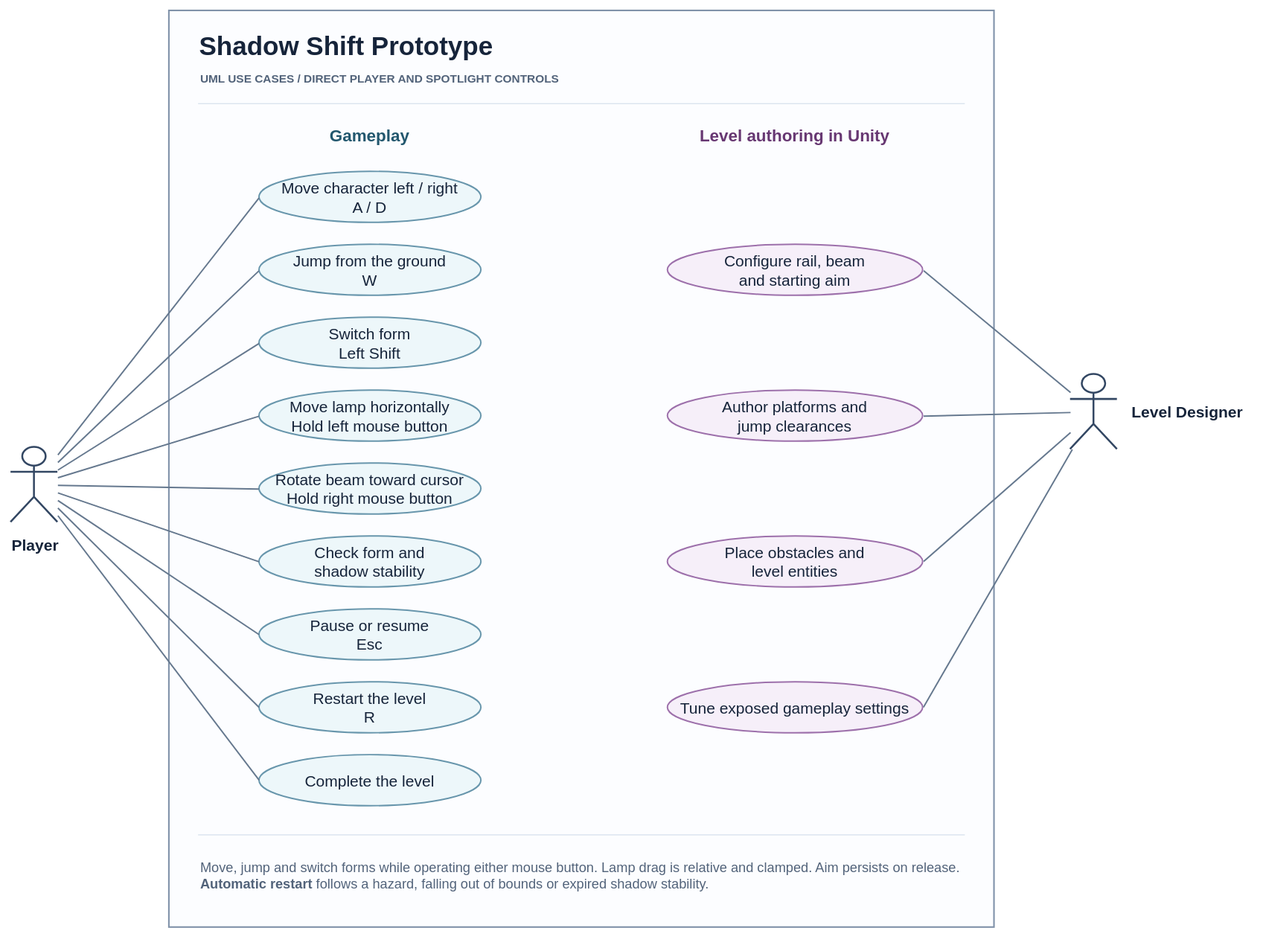
The draw.io diagram Docs/Architecture/UML/shadow-shift-use-cases.drawio.svg in YYchainsAw/shadow-shift, before a commit. Source tidied: cells renumbered, new cells last; positions are measured from the earlier drawing's top-left corner, leaving out a move shared by most shapes.
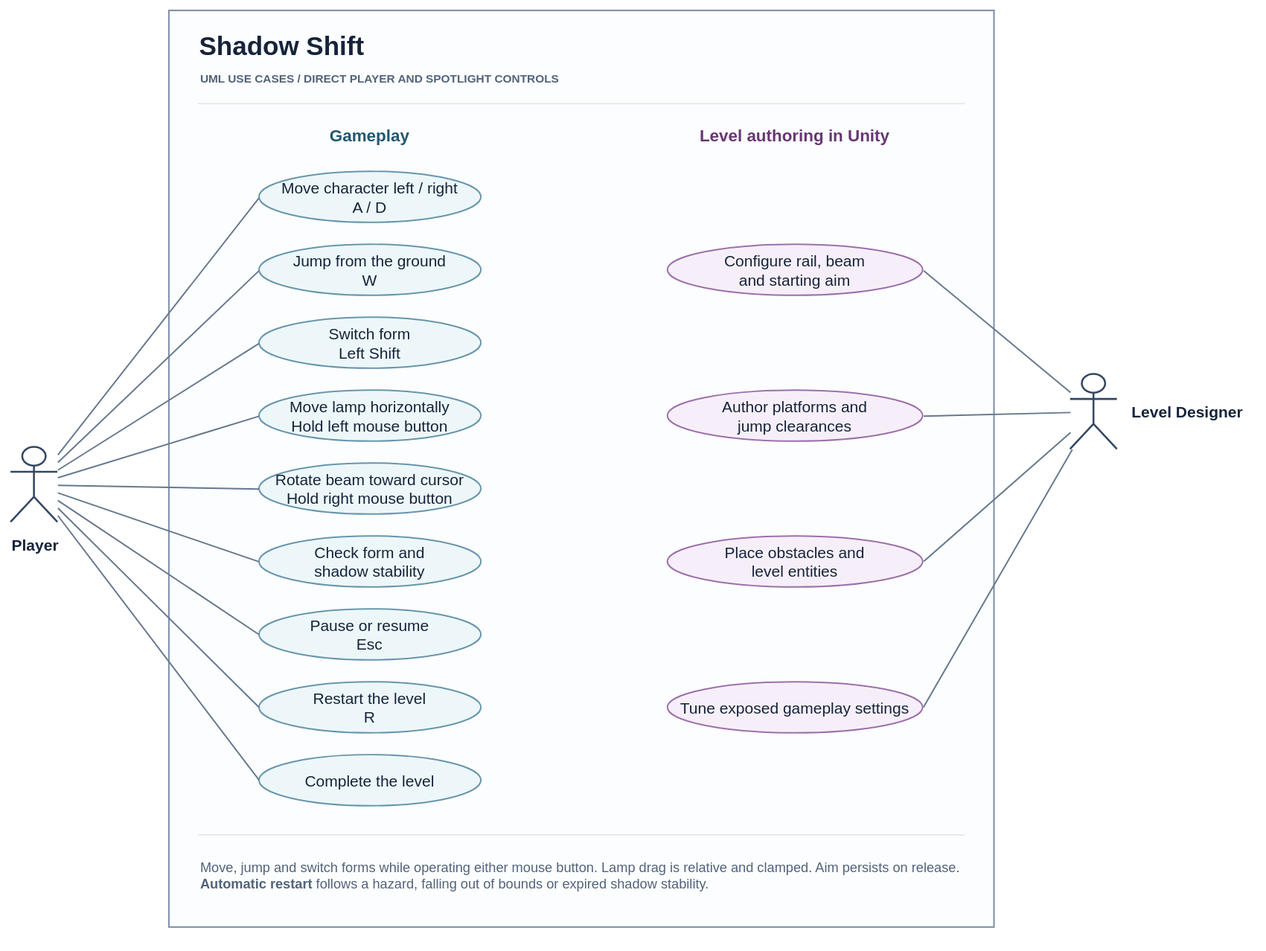
The same file after the commit.

Diff of the diagram source:
```diff
@@ -5,7 +5,7 @@
     <mxCell id="2" style="rounded=0;html=1;fontFamily=Arial;strokeColor=#8092a9;strokeWidth=1.5;fillColor=#fcfdff;" parent="1" vertex="1">
       <mxGeometry x="152" width="792" height="880" as="geometry" />
     </mxCell>
-    <mxCell id="3" value="Shadow Shift Prototype" style="text;align=left;verticalAlign=middle;whiteSpace=wrap;html=1;fontFamily=Arial;fontColor=#16243a;fontSize=25;fontStyle=1;" parent="2" vertex="1">
+    <mxCell id="3" value="Shadow Shift" style="text;align=left;verticalAlign=middle;whiteSpace=wrap;html=1;fontFamily=Arial;fontColor=#16243a;fontSize=25;fontStyle=1;" parent="2" vertex="1">
       <mxGeometry x="27" y="15" width="738" height="35" as="geometry" />
     </mxCell>
     <mxCell id="4" value="UML USE CASES  /  DIRECT PLAYER AND SPOTLIGHT CONTROLS" style="text;align=left;verticalAlign=middle;whiteSpace=wrap;html=1;fontFamily=Arial;fontColor=#52637a;fontSize=11;fontStyle=1;" parent="2" vertex="1">
```
